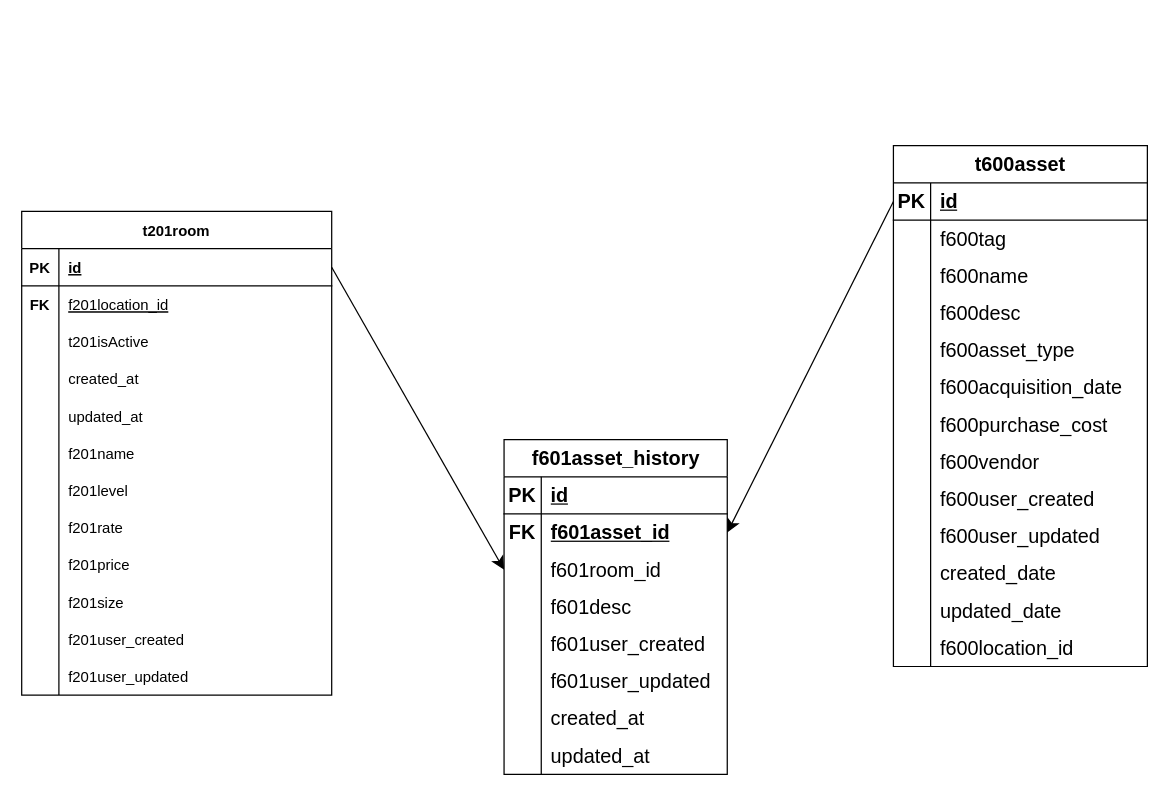
Before: page "asset trackking" (5 of 5) of rentall_app.drawio in harishaikal940322/diagram, a draw.io diagram. Source tidied: cells renumbered, new cells numbered last; positions are measured from the earlier drawing's top-left corner, leaving out a move shared by most shapes. Both pictures are drawn from the tidied source at 124%, with x=0, y=0 at pixel (21, 145).
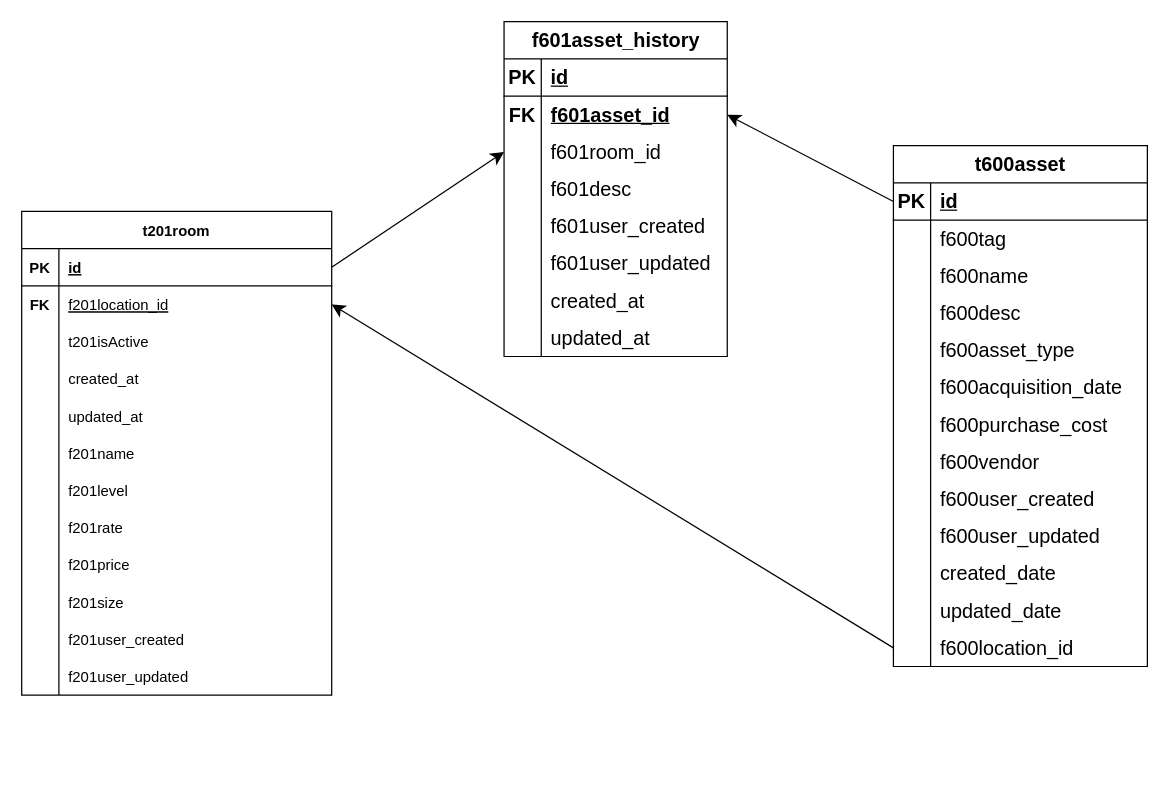
After the change.

Unchanged cells that the change refers to:
```xml
<mxCell id="6" style="shape=partialRectangle;fillColor=none;points=[[0,0.5],[1,0.5]];portConstraint=eastwest;top=0;left=0;right=0;bottom=0;" parent="2" vertex="1">
  <mxGeometry y="60" width="250" height="30" as="geometry" />
</mxCell>
<mxCell id="76" style="shape=tableRow;horizontal=0;startSize=0;swimlaneHead=0;swimlaneBody=0;fillColor=none;points=[[0,0.5],[1,0.5]];portConstraint=eastwest;top=0;left=0;right=0;bottom=0;fontSize=16;" parent="39" vertex="1">
  <mxGeometry y="390" width="204.8" height="30" as="geometry" />
</mxCell>
```

Change to the diagram source:
```diff
@@
     <mxCell id="79" value="f601asset_history" style="shape=table;startSize=30;childLayout=tableLayout;rowLines=0;fontStyle=1;align=center;html=1;fontSize=16;" parent="1" vertex="1">
-      <mxGeometry x="389" y="237" width="180" height="270" as="geometry" />
+      <mxGeometry x="389" y="-100" width="180" height="270" as="geometry" />
     </mxCell>
@@
+    <mxCell id="106" style="edgeStyle=none;curved=1;rounded=0;jettySize=auto;html=1;exitX=0;exitY=0.5;exitDx=0;exitDy=0;fontSize=12;startSize=8;endSize=8;entryX=1;entryY=0.5;entryDx=0;entryDy=0;" parent="1" edge="1" source="76" target="6">
+      <mxGeometry relative="1" as="geometry" />
+    </mxCell>
```
